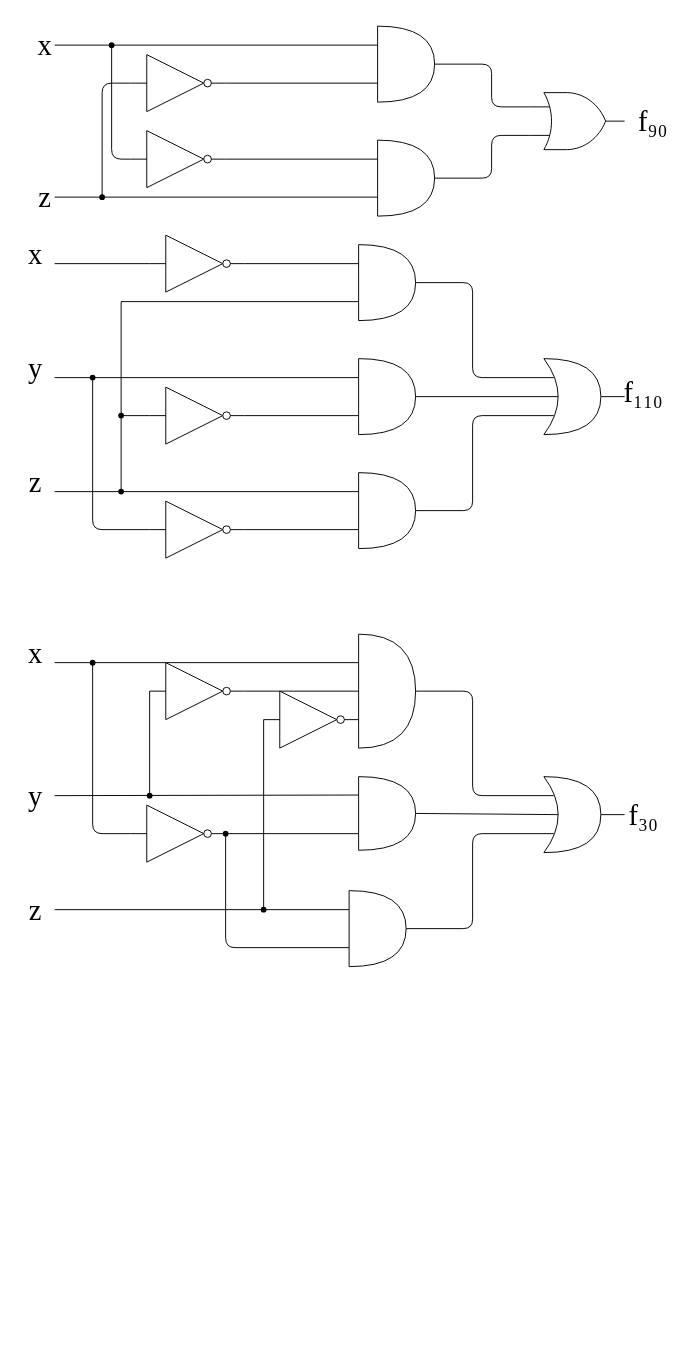
PoriPoriPori/Pori keeps this draw.io diagram as L演習2.drawio. Above is the earlier version. Source tidied: cells renumbered, new cells numbered last; positions are measured from the earlier drawing's top-left corner, leaving out a move shared by most shapes. Both pictures are drawn from the tidied source at 95%, with x=0, y=0 at pixel (16, 26).
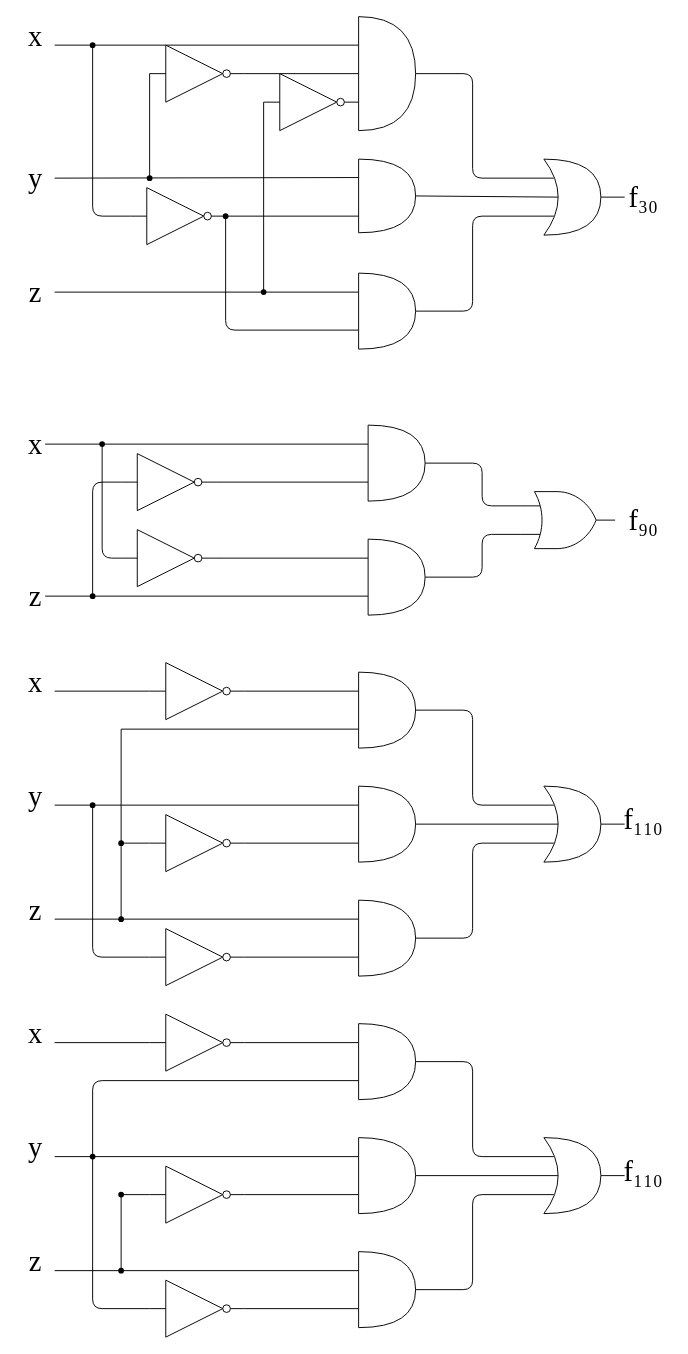
The same page after the edit.

The edit, as a diff of the source:
```diff
@@
     <mxCell id="2" style="group;" parent="1" vertex="1">
-      <mxGeometry x="10" width="680" height="200" as="geometry" />
+      <mxGeometry y="420" width="680" height="200" as="geometry" />
     </mxCell>
@@
     <mxCell id="22" style="group;" parent="1" vertex="1">
-      <mxGeometry y="220" width="615" height="330" as="geometry" />
+      <mxGeometry y="670" width="615" height="330" as="geometry" />
     </mxCell>
@@
-    <mxCell id="50" style="shape=or;whiteSpace=wrap;html=1;" parent="1" vertex="1">
-      <mxGeometry x="350" y="910" width="60" height="80" as="geometry" />
-    </mxCell>
     <mxCell id="51" style="group;" parent="1" vertex="1">
-      <mxGeometry x="140" y="375" width="540" height="185" as="geometry" />
+      <mxGeometry x="140" y="825" width="540" height="185" as="geometry" />
     </mxCell>
@@
     <mxCell id="56" style="group;" parent="1" vertex="1">
-      <mxGeometry y="640" width="680" height="330" as="geometry" />
+      <mxGeometry y="-10" width="680" height="350" as="geometry" />
     </mxCell>
@@
+    <mxCell id="50" style="shape=or;whiteSpace=wrap;html=1;" parent="56" vertex="1">
+      <mxGeometry x="360" y="270" width="60" height="80" as="geometry" />
+    </mxCell>
+    <mxCell id="87" style="group;" parent="1" vertex="1">
+      <mxGeometry x="140" y="1195" width="540" height="185" as="geometry" />
+    </mxCell>
+    <mxCell id="88" style="verticalLabelPosition=bottom;shadow=0;dashed=0;align=center;html=1;verticalAlign=top;shape=mxgraph.electrical.logic_gates.inverter_2;sketch=0;strokeColor=#000000;fillColor=#ffffff;" parent="87" vertex="1">
+      <mxGeometry y="125" width="100" height="60" as="geometry" />
+    </mxCell>
+    <mxCell id="89" value="&lt;div style=&quot;font-size: 30px&quot;&gt;&lt;font style=&quot;font-size: 30px&quot; face=&quot;Times New Roman&quot;&gt;f₁₁₀&lt;/font&gt;&lt;/div&gt;" style="text;html=1;strokeColor=none;fillColor=none;align=center;verticalAlign=middle;whiteSpace=wrap;rounded=0;shadow=0;sketch=0;" parent="87" vertex="1">
+      <mxGeometry x="500" width="40" height="20" as="geometry" />
+    </mxCell>
+    <mxCell id="90" style="endArrow=none;html=1;exitX=1;exitY=0.5;exitDx=0;exitDy=0;exitPerimeter=0;entryX=0;entryY=0.75;entryDx=0;entryDy=0;" parent="1" edge="1" source="92" target="89">
+      <mxGeometry relative="1" as="geometry" />
+    </mxCell>
+    <mxCell id="91" style="endArrow=none;html=1;entryX=1;entryY=0.5;entryDx=0;entryDy=0;entryPerimeter=0;exitX=0;exitY=0.75;exitDx=0;exitDy=0;exitPerimeter=0;" parent="1" edge="1" source="101" target="88">
+      <mxGeometry relative="1" as="geometry" />
+    </mxCell>
+    <mxCell id="92" style="shape=xor;whiteSpace=wrap;html=1;" parent="1" vertex="1">
+      <mxGeometry x="555" y="1170" width="60" height="80" as="geometry" />
+    </mxCell>
+    <mxCell id="93" style="shape=or;whiteSpace=wrap;html=1;" parent="1" vertex="1">
+      <mxGeometry x="360" y="1050" width="60" height="80" as="geometry" />
+    </mxCell>
+    <mxCell id="94" value="&lt;font style=&quot;font-size: 30px&quot; face=&quot;Times New Roman&quot;&gt;x&lt;/font&gt;" style="text;html=1;strokeColor=none;fillColor=none;align=center;verticalAlign=middle;whiteSpace=wrap;rounded=0;shadow=0;sketch=0;" parent="1" vertex="1">
+      <mxGeometry y="1050" width="40" height="20" as="geometry" />
+    </mxCell>
+    <mxCell id="95" value="&lt;font style=&quot;font-size: 30px&quot; face=&quot;Times New Roman&quot;&gt;z&lt;/font&gt;" style="text;html=1;strokeColor=none;fillColor=none;align=center;verticalAlign=middle;whiteSpace=wrap;rounded=0;shadow=0;sketch=0;" parent="1" vertex="1">
+      <mxGeometry y="1290" width="40" height="20" as="geometry" />
+    </mxCell>
+    <mxCell id="96" value="&lt;font style=&quot;font-size: 30px&quot; face=&quot;Times New Roman&quot;&gt;y&lt;/font&gt;" style="text;html=1;strokeColor=none;fillColor=none;align=center;verticalAlign=middle;whiteSpace=wrap;rounded=0;shadow=0;sketch=0;" parent="1" vertex="1">
+      <mxGeometry y="1170" width="40" height="20" as="geometry" />
+    </mxCell>
+    <mxCell id="97" style="endArrow=none;html=1;entryX=0;entryY=0.25;entryDx=0;entryDy=0;entryPerimeter=0;exitX=1;exitY=0.5;exitDx=0;exitDy=0;exitPerimeter=0;" parent="1" edge="1" source="98" target="93">
+      <mxGeometry y="1050" as="geometry" />
+    </mxCell>
+    <mxCell id="98" style="verticalLabelPosition=bottom;shadow=0;dashed=0;align=center;html=1;verticalAlign=top;shape=mxgraph.electrical.logic_gates.inverter_2;sketch=0;strokeColor=#000000;fillColor=#ffffff;" parent="1" vertex="1">
+      <mxGeometry x="140" y="1040" width="100" height="60" as="geometry" />
+    </mxCell>
+    <mxCell id="99" style="endArrow=none;html=1;entryX=1;entryY=1;entryDx=0;entryDy=0;exitX=0;exitY=0.25;exitDx=0;exitDy=0;exitPerimeter=0;" parent="1" edge="1" source="100" target="96">
+      <mxGeometry y="1050" as="geometry" />
+    </mxCell>
+    <mxCell id="100" style="shape=or;whiteSpace=wrap;html=1;" parent="1" vertex="1">
+      <mxGeometry x="360" y="1170" width="60" height="80" as="geometry" />
+    </mxCell>
+    <mxCell id="101" style="shape=or;whiteSpace=wrap;html=1;" parent="1" vertex="1">
+      <mxGeometry x="360" y="1290" width="60" height="80" as="geometry" />
+    </mxCell>
+    <mxCell id="102" style="verticalLabelPosition=bottom;shadow=0;dashed=0;align=center;html=1;verticalAlign=top;shape=mxgraph.electrical.logic_gates.inverter_2;sketch=0;strokeColor=#000000;fillColor=#ffffff;" parent="1" vertex="1">
+      <mxGeometry x="140" y="1200" width="100" height="60" as="geometry" />
+    </mxCell>
+    <mxCell id="103" style="endArrow=none;html=1;exitX=0;exitY=0.5;exitDx=0;exitDy=0;exitPerimeter=0;" parent="1" edge="1" source="102">
+      <mxGeometry y="1050" as="geometry">
+        <mxPoint x="110" y="1230" as="targetPoint" />
+      </mxGeometry>
+    </mxCell>
+    <mxCell id="104" style="endArrow=none;html=1;exitX=1;exitY=0.5;exitDx=0;exitDy=0;exitPerimeter=0;entryX=0;entryY=0.75;entryDx=0;entryDy=0;entryPerimeter=0;" parent="1" edge="1" source="102" target="100">
+      <mxGeometry y="1050" as="geometry" />
+    </mxCell>
+    <mxCell id="105" style="endArrow=none;html=1;exitX=0;exitY=0.5;exitDx=0;exitDy=0;exitPerimeter=0;" parent="1" edge="1" source="88">
+      <mxGeometry y="1050" as="geometry">
+        <mxPoint x="80" y="1190" as="targetPoint" />
+        <Array as="points">
+          <mxPoint x="80" y="1350" />
+        </Array>
+      </mxGeometry>
+    </mxCell>
+    <mxCell id="106" style="endArrow=none;html=1;exitDx=0;exitDy=0;exitPerimeter=0;startArrow=none;" parent="1" edge="1" source="114">
+      <mxGeometry y="1050" as="geometry">
+        <mxPoint x="110" y="1310" as="targetPoint" />
+      </mxGeometry>
+    </mxCell>
+    <mxCell id="107" style="endArrow=none;html=1;exitX=1;exitY=1;exitDx=0;exitDy=0;" parent="1" edge="1" source="95">
+      <mxGeometry y="1050" as="geometry">
+        <mxPoint x="110" y="1310" as="targetPoint" />
+      </mxGeometry>
+    </mxCell>
+    <mxCell id="108" style="endArrow=none;html=1;entryX=1;entryY=0.5;entryDx=0;entryDy=0;entryPerimeter=0;exitX=0.175;exitY=0.25;exitDx=0;exitDy=0;exitPerimeter=0;" parent="1" edge="1" source="92" target="93">
+      <mxGeometry y="1050" as="geometry">
+        <Array as="points">
+          <mxPoint x="480" y="1190" />
+          <mxPoint x="480" y="1090" />
+        </Array>
+      </mxGeometry>
+    </mxCell>
+    <mxCell id="109" style="endArrow=none;html=1;entryX=1;entryY=0.5;entryDx=0;entryDy=0;entryPerimeter=0;exitX=0.25;exitY=0.5;exitDx=0;exitDy=0;exitPerimeter=0;" parent="1" edge="1" source="92" target="100">
+      <mxGeometry y="1050" as="geometry" />
+    </mxCell>
+    <mxCell id="110" style="endArrow=none;html=1;entryX=1;entryY=0.5;entryDx=0;entryDy=0;entryPerimeter=0;exitX=0.175;exitY=0.75;exitDx=0;exitDy=0;exitPerimeter=0;" parent="1" edge="1" source="92" target="101">
+      <mxGeometry y="1050" as="geometry">
+        <Array as="points">
+          <mxPoint x="480" y="1230" />
+          <mxPoint x="480" y="1330" />
+        </Array>
+      </mxGeometry>
+    </mxCell>
+    <mxCell id="111" style="shape=waypoint;sketch=0;fillStyle=solid;size=6;points=[];fillColor=none;perimeter=centerPerimeter;snapToPoint=1;" parent="1" vertex="1">
+      <mxGeometry x="60" y="1170" width="40" height="40" as="geometry" />
+    </mxCell>
+    <mxCell id="112" style="shape=waypoint;sketch=0;fillStyle=solid;size=6;points=[];fillColor=none;perimeter=centerPerimeter;snapToPoint=1;" parent="1" vertex="1">
+      <mxGeometry x="90" y="1210" width="40" height="40" as="geometry" />
+    </mxCell>
+    <mxCell id="113" style="endArrow=none;html=1;" parent="1" edge="1" target="112">
+      <mxGeometry y="1050" as="geometry">
+        <mxPoint x="110" y="1310" as="sourcePoint" />
+      </mxGeometry>
+    </mxCell>
+    <mxCell id="114" style="shape=waypoint;sketch=0;fillStyle=solid;size=6;points=[];fillColor=none;perimeter=centerPerimeter;snapToPoint=1;" parent="1" vertex="1">
+      <mxGeometry x="90" y="1290" width="40" height="40" as="geometry" />
+    </mxCell>
+    <mxCell id="115" style="endArrow=none;html=1;exitX=0;exitY=0.25;exitDx=0;exitDy=0;exitPerimeter=0;" parent="1" edge="1" source="101" target="114">
+      <mxGeometry y="1050" as="geometry" />
+    </mxCell>
+    <mxCell id="116" style="endArrow=none;html=1;entryX=0;entryY=0.5;entryDx=0;entryDy=0;entryPerimeter=0;exitX=1;exitY=1;exitDx=0;exitDy=0;" parent="1" edge="1" source="94" target="98">
+      <mxGeometry y="1050" as="geometry" />
+    </mxCell>
+    <mxCell id="117" style="endArrow=none;html=1;entryX=0.587;entryY=0.609;entryDx=0;entryDy=0;exitX=0;exitY=0.75;exitDx=0;exitDy=0;exitPerimeter=0;entryPerimeter=0;" parent="1" edge="1" source="93" target="111">
+      <mxGeometry x="10" y="1060" as="geometry">
+        <Array as="points">
+          <mxPoint x="80" y="1110" />
+        </Array>
+      </mxGeometry>
+    </mxCell>
```
